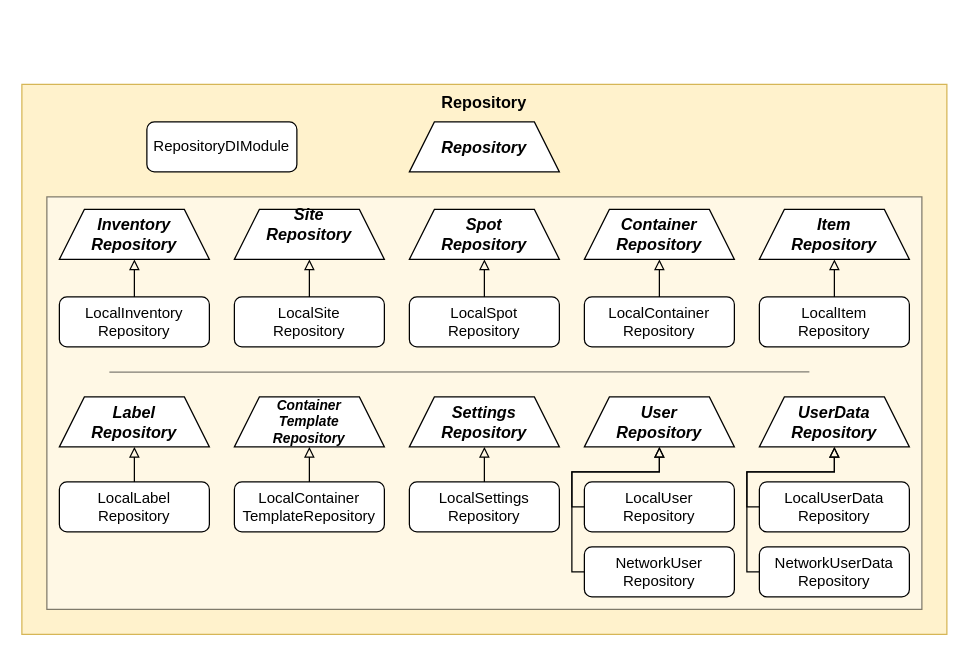
This is page "Repository" (3 of 6) of dev_doc/documents/_res/_raw/Software_Design_Diagram.drawio from filippochinni/inventory-app, a draw.io file, before an edit. Source tidied: cells renumbered, new cells numbered last; positions are measured from the earlier drawing's top-left corner, leaving out a move shared by most shapes. Both pictures are drawn from the tidied source at 125%, with x=0, y=0 at pixel (21, 84).
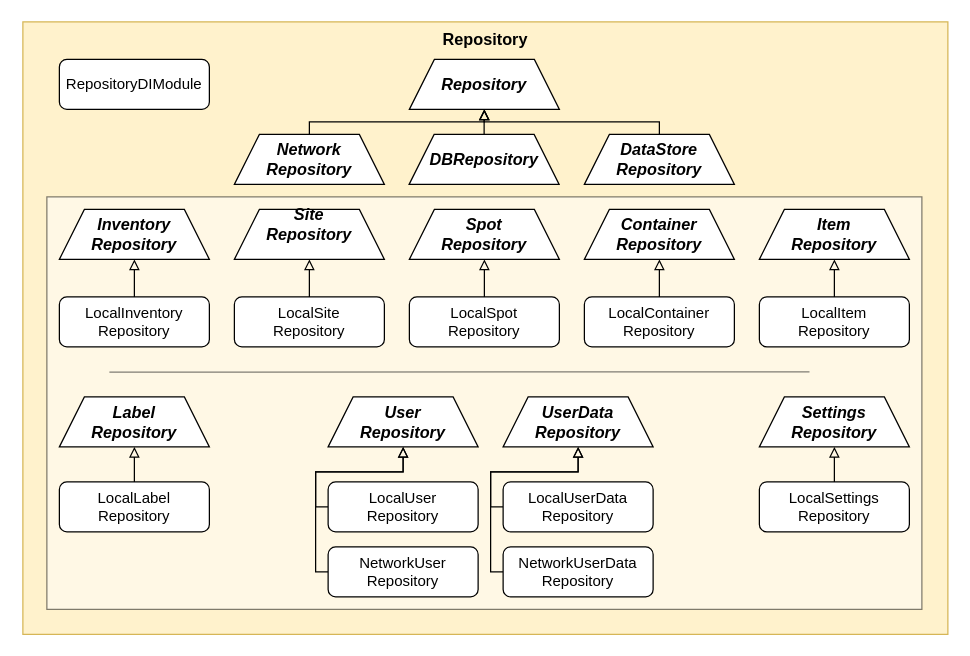
After the change.

What changed in the source:
```diff
@@
     <mxCell id="2" value="&lt;b&gt;&lt;font style=&quot;font-size: 13px;&quot;&gt;Repository&lt;/font&gt;&lt;/b&gt;" style="rounded=0;whiteSpace=wrap;html=1;verticalAlign=top;fillColor=#fff2cc;strokeColor=#d6b656;" parent="1" vertex="1">
-      <mxGeometry width="740" height="440" as="geometry" />
+      <mxGeometry x="0.8" y="-50" width="740" height="490" as="geometry" />
     </mxCell>
     <mxCell id="3" value="&lt;div&gt;&lt;span style=&quot;background-color: transparent; color: light-dark(rgb(0, 0, 0), rgb(255, 255, 255));&quot;&gt;RepositoryDIModule&lt;/span&gt;&lt;/div&gt;" style="rounded=1;whiteSpace=wrap;html=1;glass=0;shadow=0;" parent="1" vertex="1">
-      <mxGeometry x="100" y="30" width="120" height="40" as="geometry" />
+      <mxGeometry x="30" y="-20" width="120" height="40" as="geometry" />
     </mxCell>
     <mxCell id="4" value="Repository" style="shape=trapezoid;perimeter=trapezoidPerimeter;whiteSpace=wrap;html=1;shapeInside=1;fixedSize=1;verticalAlign=middle;fontSize=13;fontStyle=3;" parent="1" vertex="1">
-      <mxGeometry x="310" y="30" width="120" height="40" as="geometry" />
+      <mxGeometry x="310" y="-20" width="120" height="40" as="geometry" />
     </mxCell>
-    <mxCell id="5" style="rounded=0;whiteSpace=wrap;html=1;opacity=50;" parent="1" vertex="1">
-      <mxGeometry x="20" y="90" width="700" height="330" as="geometry" />
-    </mxCell>
+    <mxCell id="41" style="rounded=0;whiteSpace=wrap;html=1;opacity=50;" parent="1" vertex="1">
+      <mxGeometry x="20" y="90" width="700" height="330" as="geometry" />
+    </mxCell>
@@
-    <mxCell id="13" value="Container&lt;br&gt;Template&lt;br&gt;Repository" style="shape=trapezoid;perimeter=trapezoidPerimeter;whiteSpace=wrap;html=1;shapeInside=1;fixedSize=1;verticalAlign=middle;fontSize=11;fontStyle=3;" parent="1" vertex="1">
-      <mxGeometry x="170" y="250" width="120" height="40" as="geometry" />
-    </mxCell>
@@
-    <mxCell id="15" style="endArrow=none;html=1;rounded=0;entryX=0.894;entryY=0.368;entryDx=0;entryDy=0;entryPerimeter=0;textOpacity=50;fontSize=8;opacity=50;" parent="1" edge="1">
-      <mxGeometry relative="1" as="geometry">
-        <mxPoint x="70" y="230.2" as="sourcePoint" />
-        <mxPoint x="630" y="230" as="targetPoint" />
-      </mxGeometry>
-    </mxCell>
+    <mxCell id="42" style="endArrow=none;html=1;rounded=0;entryX=0.894;entryY=0.368;entryDx=0;entryDy=0;entryPerimeter=0;textOpacity=50;fontSize=8;opacity=50;" parent="1" edge="1">
+      <mxGeometry relative="1" as="geometry">
+        <mxPoint x="70" y="230.2" as="sourcePoint" />
+        <mxPoint x="630.1" y="230" as="targetPoint" />
+      </mxGeometry>
+    </mxCell>
     <mxCell id="16" value="Settings&lt;br&gt;Repository" style="shape=trapezoid;perimeter=trapezoidPerimeter;whiteSpace=wrap;html=1;shapeInside=1;fixedSize=1;verticalAlign=middle;fontSize=13;fontStyle=3;" parent="1" vertex="1">
-      <mxGeometry x="310" y="250" width="120" height="40" as="geometry" />
+      <mxGeometry x="590" y="250" width="120" height="40" as="geometry" />
     </mxCell>
     <mxCell id="17" value="User&lt;br&gt;Repository" style="shape=trapezoid;perimeter=trapezoidPerimeter;whiteSpace=wrap;html=1;shapeInside=1;fixedSize=1;verticalAlign=middle;fontSize=13;fontStyle=3;" parent="1" vertex="1">
-      <mxGeometry x="450" y="250" width="120" height="40" as="geometry" />
+      <mxGeometry x="245" y="250" width="120" height="40" as="geometry" />
     </mxCell>
     <mxCell id="18" value="UserData&lt;br&gt;Repository" style="shape=trapezoid;perimeter=trapezoidPerimeter;whiteSpace=wrap;html=1;shapeInside=1;fixedSize=1;verticalAlign=middle;fontSize=13;fontStyle=3;" parent="1" vertex="1">
-      <mxGeometry x="590" y="250" width="120" height="40" as="geometry" />
+      <mxGeometry x="385" y="250" width="120" height="40" as="geometry" />
     </mxCell>
@@
-    <mxCell id="29" style="edgeStyle=orthogonalEdgeStyle;rounded=0;jettySize=auto;html=1;entryX=0.5;entryY=1;entryDx=0;entryDy=0;endArrow=block;endFill=0;" parent="1" edge="1" source="30" target="13">
-      <mxGeometry relative="1" as="geometry" />
-    </mxCell>
-    <mxCell id="30" value="&lt;div&gt;&lt;span style=&quot;background-color: transparent; color: light-dark(rgb(0, 0, 0), rgb(255, 255, 255));&quot;&gt;LocalContainer&lt;br&gt;TemplateRepository&lt;/span&gt;&lt;/div&gt;" style="rounded=1;whiteSpace=wrap;html=1;glass=0;shadow=0;" parent="1" vertex="1">
-      <mxGeometry x="170" y="318" width="120" height="40" as="geometry" />
-    </mxCell>
@@
     <mxCell id="32" value="&lt;div&gt;&lt;span style=&quot;background-color: transparent; color: light-dark(rgb(0, 0, 0), rgb(255, 255, 255));&quot;&gt;LocalSettings&lt;br&gt;Repository&lt;/span&gt;&lt;/div&gt;" style="rounded=1;whiteSpace=wrap;html=1;glass=0;shadow=0;" parent="1" vertex="1">
-      <mxGeometry x="310" y="318" width="120" height="40" as="geometry" />
+      <mxGeometry x="590" y="318" width="120" height="40" as="geometry" />
     </mxCell>
     <mxCell id="33" style="edgeStyle=orthogonalEdgeStyle;rounded=0;jettySize=auto;html=1;entryX=0.5;entryY=1;entryDx=0;entryDy=0;endArrow=block;endFill=0;" parent="1" edge="1" source="34" target="17">
       <mxGeometry relative="1" as="geometry">
         <Array as="points">
-          <mxPoint x="440" y="338" />
-          <mxPoint x="440" y="310" />
-          <mxPoint x="510" y="310" />
+          <mxPoint x="235" y="338" />
+          <mxPoint x="235" y="310" />
+          <mxPoint x="305" y="310" />
         </Array>
       </mxGeometry>
     </mxCell>
     <mxCell id="34" value="&lt;div&gt;&lt;span style=&quot;background-color: transparent; color: light-dark(rgb(0, 0, 0), rgb(255, 255, 255));&quot;&gt;LocalUser&lt;br&gt;Repository&lt;/span&gt;&lt;/div&gt;" style="rounded=1;whiteSpace=wrap;html=1;glass=0;shadow=0;" parent="1" vertex="1">
-      <mxGeometry x="450" y="318" width="120" height="40" as="geometry" />
+      <mxGeometry x="245" y="318" width="120" height="40" as="geometry" />
     </mxCell>
     <mxCell id="35" style="edgeStyle=orthogonalEdgeStyle;rounded=0;jettySize=auto;html=1;entryX=0.5;entryY=1;entryDx=0;entryDy=0;endArrow=block;endFill=0;" parent="1" edge="1" source="36" target="17">
       <mxGeometry relative="1" as="geometry">
         <Array as="points">
-          <mxPoint x="440" y="390" />
-          <mxPoint x="440" y="310" />
-          <mxPoint x="510" y="310" />
+          <mxPoint x="235" y="390" />
+          <mxPoint x="235" y="310" />
+          <mxPoint x="305" y="310" />
         </Array>
       </mxGeometry>
     </mxCell>
     <mxCell id="36" value="&lt;div&gt;&lt;span style=&quot;background-color: transparent; color: light-dark(rgb(0, 0, 0), rgb(255, 255, 255));&quot;&gt;NetworkUser&lt;br&gt;Repository&lt;/span&gt;&lt;/div&gt;" style="rounded=1;whiteSpace=wrap;html=1;glass=0;shadow=0;" parent="1" vertex="1">
-      <mxGeometry x="450" y="370" width="120" height="40" as="geometry" />
+      <mxGeometry x="245" y="370" width="120" height="40" as="geometry" />
     </mxCell>
     <mxCell id="37" style="edgeStyle=orthogonalEdgeStyle;rounded=0;jettySize=auto;html=1;entryX=0.5;entryY=1;entryDx=0;entryDy=0;endArrow=block;endFill=0;" parent="1" edge="1" source="38" target="18">
       <mxGeometry relative="1" as="geometry">
         <Array as="points">
-          <mxPoint x="580" y="390" />
-          <mxPoint x="580" y="310" />
-          <mxPoint x="650" y="310" />
+          <mxPoint x="375" y="390" />
+          <mxPoint x="375" y="310" />
+          <mxPoint x="445" y="310" />
         </Array>
       </mxGeometry>
     </mxCell>
     <mxCell id="38" value="&lt;div&gt;&lt;span style=&quot;background-color: transparent; color: light-dark(rgb(0, 0, 0), rgb(255, 255, 255));&quot;&gt;NetworkUserData&lt;br&gt;Repository&lt;/span&gt;&lt;/div&gt;" style="rounded=1;whiteSpace=wrap;html=1;glass=0;shadow=0;" parent="1" vertex="1">
-      <mxGeometry x="590" y="370" width="120" height="40" as="geometry" />
+      <mxGeometry x="385" y="370" width="120" height="40" as="geometry" />
     </mxCell>
     <mxCell id="39" style="edgeStyle=orthogonalEdgeStyle;rounded=0;jettySize=auto;html=1;entryX=0.5;entryY=1;entryDx=0;entryDy=0;endArrow=block;endFill=0;" parent="1" edge="1" source="40" target="18">
       <mxGeometry relative="1" as="geometry">
         <Array as="points">
-          <mxPoint x="580" y="338" />
-          <mxPoint x="580" y="310" />
-          <mxPoint x="650" y="310" />
+          <mxPoint x="375" y="338" />
+          <mxPoint x="375" y="310" />
+          <mxPoint x="445" y="310" />
         </Array>
       </mxGeometry>
     </mxCell>
     <mxCell id="40" value="&lt;div&gt;&lt;span style=&quot;background-color: transparent; color: light-dark(rgb(0, 0, 0), rgb(255, 255, 255));&quot;&gt;LocalUserData&lt;br&gt;Repository&lt;/span&gt;&lt;/div&gt;" style="rounded=1;whiteSpace=wrap;html=1;glass=0;shadow=0;" parent="1" vertex="1">
-      <mxGeometry x="590" y="318" width="120" height="40" as="geometry" />
+      <mxGeometry x="385" y="318" width="120" height="40" as="geometry" />
     </mxCell>
+    <mxCell id="43" style="edgeStyle=orthogonalEdgeStyle;rounded=0;jettySize=auto;html=1;entryX=0.5;entryY=1;entryDx=0;entryDy=0;endArrow=block;endFill=0;" parent="1" edge="1" source="44" target="4">
+      <mxGeometry relative="1" as="geometry" />
+    </mxCell>
+    <mxCell id="44" value="DBRepository" style="shape=trapezoid;perimeter=trapezoidPerimeter;whiteSpace=wrap;html=1;shapeInside=1;fixedSize=1;verticalAlign=middle;fontSize=13;fontStyle=3;" parent="1" vertex="1">
+      <mxGeometry x="309.8" y="40" width="120" height="40" as="geometry" />
+    </mxCell>
+    <mxCell id="45" style="edgeStyle=orthogonalEdgeStyle;rounded=0;jettySize=auto;html=1;entryX=0.5;entryY=1;entryDx=0;entryDy=0;endArrow=block;endFill=0;" parent="1" edge="1" source="46" target="4">
+      <mxGeometry relative="1" as="geometry">
+        <Array as="points">
+          <mxPoint x="510.1" y="30" />
+          <mxPoint x="370.1" y="30" />
+        </Array>
+      </mxGeometry>
+    </mxCell>
+    <mxCell id="46" value="DataStore&lt;br&gt;Repository" style="shape=trapezoid;perimeter=trapezoidPerimeter;whiteSpace=wrap;html=1;shapeInside=1;fixedSize=1;verticalAlign=middle;fontSize=13;fontStyle=3;" parent="1" vertex="1">
+      <mxGeometry x="450" y="40" width="120" height="40" as="geometry" />
+    </mxCell>
+    <mxCell id="47" style="edgeStyle=orthogonalEdgeStyle;rounded=0;jettySize=auto;html=1;entryX=0.5;entryY=1;entryDx=0;entryDy=0;endArrow=block;endFill=0;" parent="1" edge="1" source="48" target="4">
+      <mxGeometry relative="1" as="geometry">
+        <Array as="points">
+          <mxPoint x="230.1" y="30" />
+          <mxPoint x="370.1" y="30" />
+        </Array>
+      </mxGeometry>
+    </mxCell>
+    <mxCell id="48" value="Network&lt;br&gt;Repository" style="shape=trapezoid;perimeter=trapezoidPerimeter;whiteSpace=wrap;html=1;shapeInside=1;fixedSize=1;verticalAlign=middle;fontSize=13;fontStyle=3;" parent="1" vertex="1">
+      <mxGeometry x="170" y="40" width="120" height="40" as="geometry" />
+    </mxCell>
```
